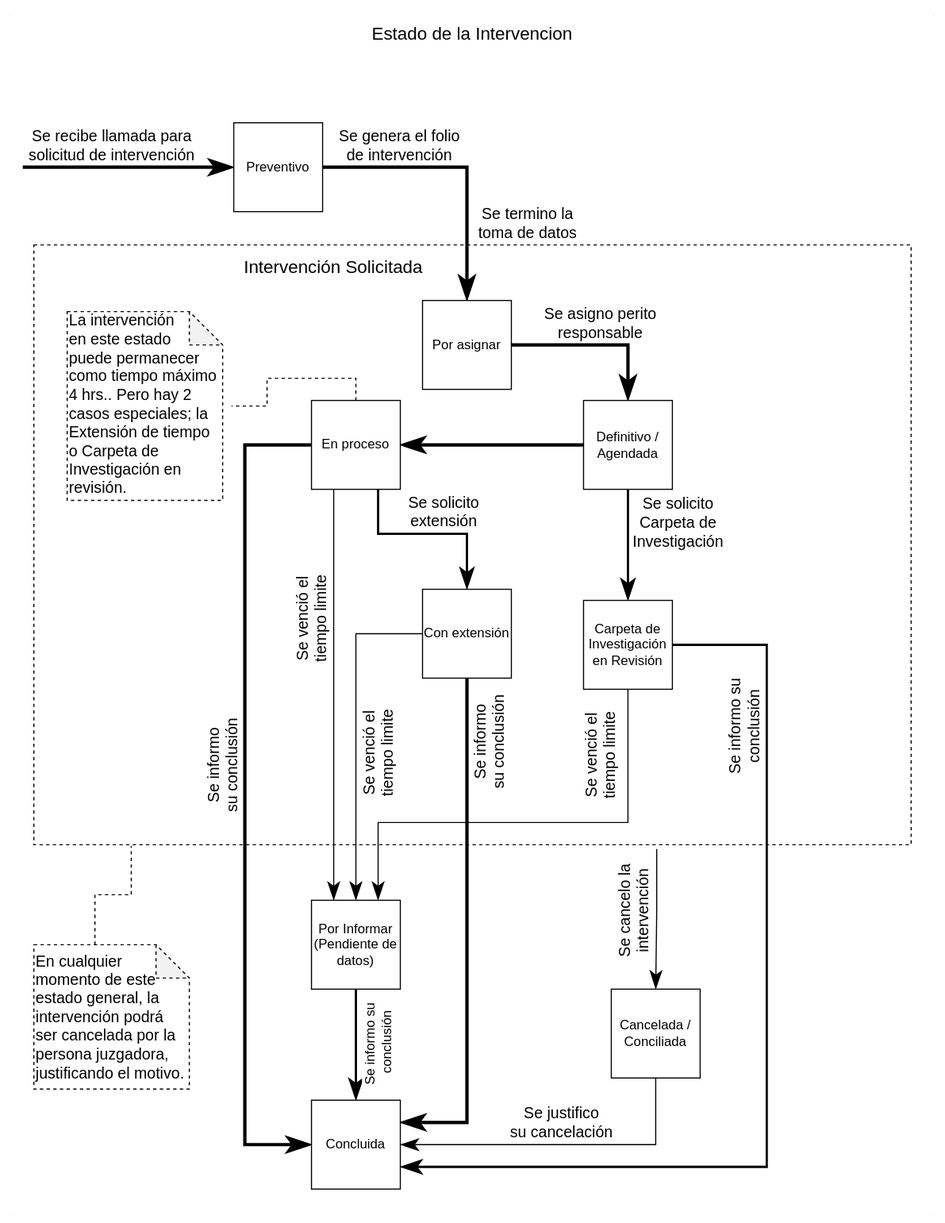
The draw.io diagram diagramas/EstadosIntervencion.svg in CMXCSP/SiCoIn-documentation, before a commit. Source tidied: cells renumbered, new cells last; positions are measured from the earlier drawing's top-left corner, leaving out a move shared by most shapes. Source of this version:
```xml
<mxGraphModel background="#ffffff">
  <root>
    <mxCell id="0" />
    <mxCell id="1" parent="0" />
    <mxCell id="2" value="Se cancelo la &lt;br&gt;intervención" style="edgeStyle=orthogonalEdgeStyle;rounded=0;jettySize=auto;html=1;fontSize=14;fontColor=#000000;endArrow=classicThin;endFill=1;startSize=14;endSize=14;sourcePerimeterSpacing=8;targetPerimeterSpacing=8;strokeColor=#000000;strokeWidth=1;entryX=0.5;entryY=0;entryDx=0;entryDy=0;exitX=0.71;exitY=1.007;exitDx=0;exitDy=0;exitPerimeter=0;horizontal=0;" parent="1" edge="1" source="3" target="37">
      <mxGeometry x="-0.1" y="-20" relative="1" as="geometry" />
    </mxCell>
    <mxCell id="3" style="rounded=0;whiteSpace=wrap;html=1;hachureGap=4;fontSize=14;fontColor=#000000;fillColor=none;dashed=1;strokeWidth=1;perimeterSpacing=0;glass=1;" parent="1" vertex="1">
      <mxGeometry x="30" y="220" width="790" height="540" as="geometry" />
    </mxCell>
    <mxCell id="4" value="." style="text;html=1;strokeColor=none;fillColor=none;align=center;verticalAlign=middle;whiteSpace=wrap;rounded=0;hachureGap=4;fontColor=#EBEBEB;" parent="1" vertex="1">
      <mxGeometry x="830" width="20" height="20" as="geometry" />
    </mxCell>
    <mxCell id="5" value="." style="text;html=1;strokeColor=none;fillColor=none;align=center;verticalAlign=middle;whiteSpace=wrap;rounded=0;hachureGap=4;fontColor=#EBEBEB;" parent="1" vertex="1">
      <mxGeometry width="20" height="20" as="geometry" />
    </mxCell>
    <mxCell id="6" value="." style="text;html=1;strokeColor=none;fillColor=none;align=center;verticalAlign=middle;whiteSpace=wrap;rounded=0;hachureGap=4;fontColor=#EBEBEB;" parent="1" vertex="1">
      <mxGeometry x="830" y="1080" width="20" height="20" as="geometry" />
    </mxCell>
    <mxCell id="7" value="." style="text;html=1;strokeColor=none;fillColor=none;align=center;verticalAlign=middle;whiteSpace=wrap;rounded=0;hachureGap=4;fontColor=#EBEBEB;" parent="1" vertex="1">
      <mxGeometry y="1080" width="20" height="20" as="geometry" />
    </mxCell>
    <mxCell id="8" value="Estado de la Intervencion" style="text;html=1;strokeColor=none;fillColor=none;align=center;verticalAlign=middle;whiteSpace=wrap;rounded=0;fontSize=16;" parent="1" vertex="1">
      <mxGeometry x="225" y="20" width="400" height="20" as="geometry" />
    </mxCell>
    <mxCell id="9" value="Se recibe llamada para &lt;br&gt;solicitud de intervención" style="edgeStyle=none;curved=1;rounded=0;jettySize=auto;html=1;fontColor=#000000;endArrow=classicThin;startSize=14;endSize=14;sourcePerimeterSpacing=8;targetPerimeterSpacing=8;endFill=1;strokeWidth=3;strokeColor=#000000;entryX=0;entryY=0.5;entryDx=0;entryDy=0;fontSize=14;" parent="1" edge="1" target="11">
      <mxGeometry x="-0.16" y="20" relative="1" as="geometry">
        <mxPoint x="20" y="150" as="sourcePoint" />
      </mxGeometry>
    </mxCell>
    <mxCell id="10" value="Se genera el folio &lt;br&gt;de intervención" style="edgeStyle=orthogonalEdgeStyle;rounded=0;jettySize=auto;html=1;fontSize=14;fontColor=#000000;endArrow=classicThin;endFill=1;startSize=14;endSize=14;sourcePerimeterSpacing=8;targetPerimeterSpacing=8;strokeColor=#000000;strokeWidth=3;elbow=vertical;entryX=0.5;entryY=0;entryDx=0;entryDy=0;exitX=1;exitY=0.5;exitDx=0;exitDy=0;" parent="1" edge="1" source="11" target="13">
      <mxGeometry x="-0.45" y="20" relative="1" as="geometry" />
    </mxCell>
    <mxCell id="11" value="Preventivo" style="whiteSpace=wrap;html=1;hachureGap=4;fontColor=#000000;" parent="1" vertex="1">
      <mxGeometry x="210" y="110" width="80" height="80" as="geometry" />
    </mxCell>
    <mxCell id="12" value="Se asigno perito &lt;br&gt;responsable" style="edgeStyle=orthogonalEdgeStyle;rounded=0;jettySize=auto;html=1;fontSize=14;fontColor=#000000;endArrow=classicThin;endFill=1;startSize=14;endSize=14;sourcePerimeterSpacing=8;targetPerimeterSpacing=8;strokeColor=#000000;strokeWidth=3;entryX=0.5;entryY=0;entryDx=0;entryDy=0;exitX=1;exitY=0.5;exitDx=0;exitDy=0;" parent="1" edge="1" source="13" target="18">
      <mxGeometry x="0.04" y="20" relative="1" as="geometry" />
    </mxCell>
    <mxCell id="13" value="Por asignar" style="whiteSpace=wrap;html=1;hachureGap=4;fontColor=#000000;" parent="1" vertex="1">
      <mxGeometry x="380" y="270" width="80" height="80" as="geometry" />
    </mxCell>
    <mxCell id="14" value="Se termino la toma de datos" style="text;html=1;strokeColor=none;fillColor=none;align=center;verticalAlign=middle;whiteSpace=wrap;rounded=0;glass=1;dashed=1;hachureGap=4;fontSize=14;fontColor=#000000;" parent="1" vertex="1">
      <mxGeometry x="425" y="190" width="100" height="20" as="geometry" />
    </mxCell>
    <mxCell id="15" value="Intervención Solicitada" style="text;html=1;strokeColor=none;fillColor=none;align=center;verticalAlign=middle;whiteSpace=wrap;rounded=0;glass=1;dashed=1;hachureGap=4;fontSize=16;fontColor=#000000;" parent="1" vertex="1">
      <mxGeometry x="200" y="230" width="200" height="20" as="geometry" />
    </mxCell>
    <mxCell id="16" style="edgeStyle=orthogonalEdgeStyle;rounded=0;jettySize=auto;html=1;fontSize=14;fontColor=#000000;endArrow=classicThin;endFill=1;startSize=14;endSize=14;sourcePerimeterSpacing=8;targetPerimeterSpacing=8;strokeColor=#000000;strokeWidth=3;entryX=1;entryY=0.5;entryDx=0;entryDy=0;exitX=0;exitY=0.5;exitDx=0;exitDy=0;" parent="1" edge="1" source="18" target="23">
      <mxGeometry relative="1" as="geometry" />
    </mxCell>
    <mxCell id="17" value="Se solicito &lt;br&gt;Carpeta de &lt;br&gt;Investigación" style="edgeStyle=orthogonalEdgeStyle;rounded=0;jettySize=auto;html=1;fontSize=14;fontColor=#000000;endArrow=classicThin;endFill=1;startSize=14;endSize=14;sourcePerimeterSpacing=8;targetPerimeterSpacing=8;strokeColor=#000000;strokeWidth=2;entryX=0.5;entryY=0;entryDx=0;entryDy=0;exitX=0.5;exitY=1;exitDx=0;exitDy=0;" parent="1" edge="1" source="18" target="26">
      <mxGeometry x="-0.41" y="45" relative="1" as="geometry" />
    </mxCell>
    <mxCell id="18" value="Definitivo /&lt;br&gt;Agendada" style="whiteSpace=wrap;html=1;hachureGap=4;fontColor=#000000;" parent="1" vertex="1">
      <mxGeometry x="525" y="360" width="80" height="80" as="geometry" />
    </mxCell>
    <mxCell id="19" value="Se solicito &lt;br&gt;extensión" style="edgeStyle=orthogonalEdgeStyle;rounded=0;jettySize=auto;html=1;fontSize=14;fontColor=#000000;endArrow=classicThin;endFill=1;startSize=14;endSize=14;sourcePerimeterSpacing=8;targetPerimeterSpacing=8;strokeColor=#000000;strokeWidth=2;exitX=0.75;exitY=1;exitDx=0;exitDy=0;entryX=0.5;entryY=0;entryDx=0;entryDy=0;" parent="1" edge="1" source="23" target="29">
      <mxGeometry x="0.16" y="20" relative="1" as="geometry" />
    </mxCell>
    <mxCell id="20" style="edgeStyle=orthogonalEdgeStyle;rounded=0;jettySize=auto;html=1;fontSize=14;fontColor=#000000;endArrow=none;endFill=0;startSize=14;endSize=14;sourcePerimeterSpacing=8;targetPerimeterSpacing=8;strokeColor=#000000;strokeWidth=1;exitX=0.5;exitY=0;exitDx=0;exitDy=0;dashed=1;" parent="1" edge="1" source="23" target="30">
      <mxGeometry relative="1" as="geometry" />
    </mxCell>
    <mxCell id="21" value="Se venció el &lt;br&gt;tiempo limite" style="edgeStyle=orthogonalEdgeStyle;rounded=0;jettySize=auto;html=1;fontSize=14;fontColor=#000000;endArrow=classicThin;endFill=1;startSize=14;endSize=14;sourcePerimeterSpacing=8;targetPerimeterSpacing=8;strokeColor=#000000;strokeWidth=1;horizontal=0;entryX=0.25;entryY=0;entryDx=0;entryDy=0;exitX=0.25;exitY=1;exitDx=0;exitDy=0;" parent="1" edge="1" source="23" target="32">
      <mxGeometry x="-0.37" y="-20" relative="1" as="geometry" />
    </mxCell>
    <mxCell id="22" value="Se informo &lt;br&gt;su conclusión" style="edgeStyle=orthogonalEdgeStyle;rounded=0;jettySize=auto;html=1;entryX=0;entryY=0.5;entryDx=0;entryDy=0;fontSize=14;fontColor=#000000;endArrow=classicThin;endFill=1;startSize=14;endSize=14;sourcePerimeterSpacing=8;targetPerimeterSpacing=8;strokeColor=#000000;strokeWidth=3;exitX=0;exitY=0.5;exitDx=0;exitDy=0;horizontal=0;" parent="1" edge="1" source="23" target="33">
      <mxGeometry x="-0.07" y="-20" relative="1" as="geometry">
        <Array as="points">
          <mxPoint x="220" y="400" />
          <mxPoint x="220" y="1030" />
        </Array>
      </mxGeometry>
    </mxCell>
    <mxCell id="23" value="En proceso" style="whiteSpace=wrap;html=1;hachureGap=4;fontColor=#000000;" parent="1" vertex="1">
      <mxGeometry x="280" y="360" width="80" height="80" as="geometry" />
    </mxCell>
    <mxCell id="24" value="Se venció el &lt;br&gt;tiempo limite" style="edgeStyle=orthogonalEdgeStyle;rounded=0;jettySize=auto;html=1;entryX=0.75;entryY=0;entryDx=0;entryDy=0;fontSize=14;fontColor=#000000;endArrow=classicThin;endFill=1;startSize=14;endSize=14;sourcePerimeterSpacing=8;targetPerimeterSpacing=8;strokeColor=#000000;strokeWidth=1;exitX=0.5;exitY=1;exitDx=0;exitDy=0;horizontal=0;" parent="1" edge="1" source="26" target="32">
      <mxGeometry x="-0.71" y="-25" relative="1" as="geometry">
        <Array as="points">
          <mxPoint x="565" y="740" />
          <mxPoint x="340" y="740" />
        </Array>
      </mxGeometry>
    </mxCell>
    <mxCell id="25" value="Se informo su &lt;br&gt;conclusión" style="edgeStyle=orthogonalEdgeStyle;rounded=0;jettySize=auto;html=1;entryX=1;entryY=0.75;entryDx=0;entryDy=0;fontSize=14;fontColor=#000000;endArrow=classicThin;endFill=1;startSize=14;endSize=14;sourcePerimeterSpacing=8;targetPerimeterSpacing=8;strokeColor=#000000;strokeWidth=2;exitX=1;exitY=0.5;exitDx=0;exitDy=0;horizontal=0;" parent="1" edge="1" source="26" target="33">
      <mxGeometry x="-0.64" y="-20" relative="1" as="geometry">
        <Array as="points">
          <mxPoint x="690" y="580" />
          <mxPoint x="690" y="1050" />
        </Array>
      </mxGeometry>
    </mxCell>
    <mxCell id="26" value="Carpeta de Investigación en Revisión" style="whiteSpace=wrap;html=1;hachureGap=4;fontColor=#000000;" parent="1" vertex="1">
      <mxGeometry x="525" y="540" width="80" height="80" as="geometry" />
    </mxCell>
    <mxCell id="27" value="Se venció el&lt;br&gt;tiempo limite" style="edgeStyle=orthogonalEdgeStyle;rounded=0;jettySize=auto;html=1;entryX=0.5;entryY=0;entryDx=0;entryDy=0;fontSize=14;fontColor=#000000;endArrow=classicThin;endFill=1;startSize=14;endSize=14;sourcePerimeterSpacing=8;targetPerimeterSpacing=8;strokeColor=#000000;strokeWidth=1;horizontal=0;exitX=0;exitY=0.5;exitDx=0;exitDy=0;" parent="1" edge="1" source="29" target="32">
      <mxGeometry x="0.12" y="20" relative="1" as="geometry" />
    </mxCell>
    <mxCell id="28" value="Se informo &lt;br&gt;su conclusión" style="edgeStyle=orthogonalEdgeStyle;rounded=0;jettySize=auto;html=1;entryX=1;entryY=0.25;entryDx=0;entryDy=0;fontSize=14;fontColor=#000000;endArrow=classicThin;endFill=1;startSize=14;endSize=14;sourcePerimeterSpacing=8;targetPerimeterSpacing=8;strokeColor=#000000;strokeWidth=3;horizontal=0;exitX=0.5;exitY=1;exitDx=0;exitDy=0;" parent="1" edge="1" source="29" target="33">
      <mxGeometry x="-0.75" y="20" relative="1" as="geometry">
        <Array as="points">
          <mxPoint x="420" y="1010" />
        </Array>
      </mxGeometry>
    </mxCell>
    <mxCell id="29" value="Con extensión" style="whiteSpace=wrap;html=1;hachureGap=4;fontColor=#000000;" parent="1" vertex="1">
      <mxGeometry x="380" y="530" width="80" height="80" as="geometry" />
    </mxCell>
    <mxCell id="30" value="La intervención &lt;br&gt;en este estado &lt;br&gt;puede permanecer como tiempo máximo 4 hrs.. Pero hay 2 casos especiales; la Extensión de tiempo o Carpeta de&amp;nbsp; Investigación en revisión." style="shape=note;whiteSpace=wrap;html=1;backgroundOutline=1;darkOpacity=0.05;glass=1;dashed=1;hachureGap=4;fontSize=14;fontColor=#000000;strokeWidth=1;fillColor=none;verticalAlign=bottom;align=left;" parent="1" vertex="1">
      <mxGeometry x="60" y="280" width="140" height="170" as="geometry" />
    </mxCell>
    <mxCell id="31" value="Se informo su&lt;br&gt;&amp;nbsp;conclusión" style="edgeStyle=orthogonalEdgeStyle;rounded=0;jettySize=auto;html=1;fontSize=12;fontColor=#000000;endArrow=classicThin;endFill=1;startSize=14;endSize=14;sourcePerimeterSpacing=8;targetPerimeterSpacing=8;strokeColor=#000000;strokeWidth=2;exitX=0.5;exitY=1;exitDx=0;exitDy=0;entryX=0.5;entryY=0;entryDx=0;entryDy=0;horizontal=0;" parent="1" edge="1" source="32" target="33">
      <mxGeometry y="20" relative="1" as="geometry" />
    </mxCell>
    <mxCell id="32" value="Por Informar&lt;br&gt;(Pendiente de datos)" style="whiteSpace=wrap;html=1;hachureGap=4;fontColor=#000000;" parent="1" vertex="1">
      <mxGeometry x="280" y="810" width="80" height="80" as="geometry" />
    </mxCell>
    <mxCell id="33" value="Concluida" style="whiteSpace=wrap;html=1;hachureGap=4;fontColor=#000000;" parent="1" vertex="1">
      <mxGeometry x="280" y="990" width="80" height="80" as="geometry" />
    </mxCell>
    <mxCell id="34" style="edgeStyle=orthogonalEdgeStyle;rounded=0;jettySize=auto;html=1;entryX=0.111;entryY=1.002;entryDx=0;entryDy=0;entryPerimeter=0;fontSize=14;fontColor=#000000;endArrow=none;endFill=0;startSize=14;endSize=14;sourcePerimeterSpacing=8;targetPerimeterSpacing=8;strokeColor=#000000;strokeWidth=1;exitX=0;exitY=0;exitDx=55;exitDy=0;exitPerimeter=0;dashed=1;" parent="1" edge="1" source="35" target="3">
      <mxGeometry relative="1" as="geometry" />
    </mxCell>
    <mxCell id="35" value="En cualquier momento de este estado general, la intervención podrá ser cancelada por la persona juzgadora, justificando el motivo." style="shape=note;whiteSpace=wrap;html=1;backgroundOutline=1;darkOpacity=0.05;glass=1;dashed=1;hachureGap=4;fontSize=14;fontColor=#000000;strokeWidth=1;fillColor=none;verticalAlign=middle;align=left;" parent="1" vertex="1">
      <mxGeometry x="30" y="850" width="140" height="130" as="geometry" />
    </mxCell>
    <mxCell id="36" value="Se justifico &lt;br&gt;su cancelación" style="edgeStyle=orthogonalEdgeStyle;rounded=0;jettySize=auto;html=1;entryX=1;entryY=0.5;entryDx=0;entryDy=0;fontSize=14;fontColor=#000000;endArrow=classicThin;endFill=1;startSize=14;endSize=14;sourcePerimeterSpacing=8;targetPerimeterSpacing=8;strokeColor=#000000;strokeWidth=1;exitX=0.5;exitY=1;exitDx=0;exitDy=0;" parent="1" edge="1" source="37" target="33">
      <mxGeometry y="-20" relative="1" as="geometry" />
    </mxCell>
    <mxCell id="37" value="Cancelada /&lt;br&gt;Conciliada" style="whiteSpace=wrap;html=1;hachureGap=4;fontColor=#000000;" parent="1" vertex="1">
      <mxGeometry x="550" y="890" width="80" height="80" as="geometry" />
    </mxCell>
  </root>
</mxGraphModel>
```
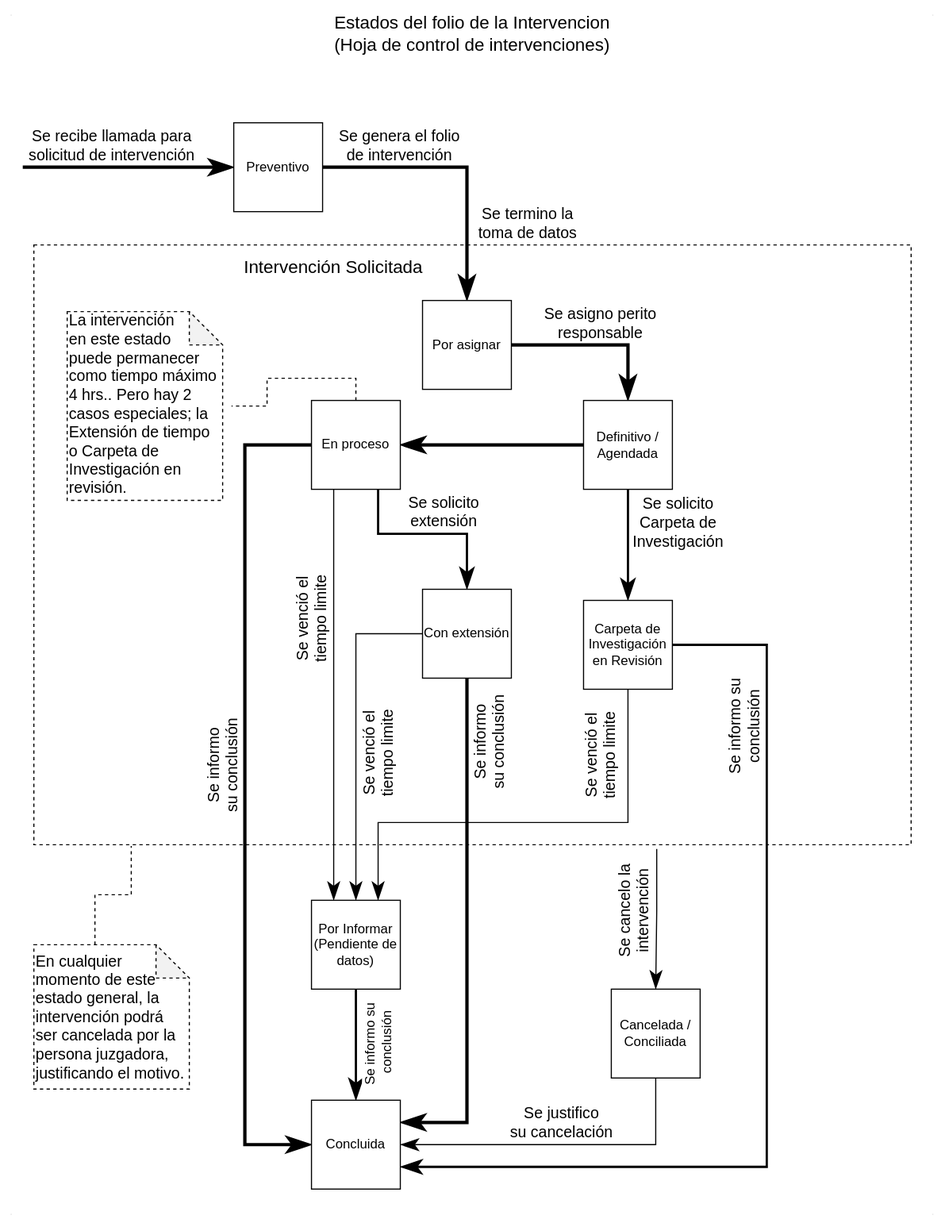
After the change.

Commit message:
Estado de la intervención y de la hoja de control

The edit, as a diff of the source:
```diff
@@ -20,7 +20,7 @@
     <mxCell id="7" value="." style="text;html=1;strokeColor=none;fillColor=none;align=center;verticalAlign=middle;whiteSpace=wrap;rounded=0;hachureGap=4;fontColor=#EBEBEB;" parent="1" vertex="1">
       <mxGeometry y="1080" width="20" height="20" as="geometry" />
     </mxCell>
-    <mxCell id="8" value="Estado de la Intervencion" style="text;html=1;strokeColor=none;fillColor=none;align=center;verticalAlign=middle;whiteSpace=wrap;rounded=0;fontSize=16;" parent="1" vertex="1">
+    <mxCell id="8" value="Estados del folio de la Intervencion&lt;br&gt;(Hoja de control de intervenciones)" style="text;html=1;strokeColor=none;fillColor=none;align=center;verticalAlign=middle;whiteSpace=wrap;rounded=0;fontSize=16;" parent="1" vertex="1">
       <mxGeometry x="225" y="20" width="400" height="20" as="geometry" />
     </mxCell>
     <mxCell id="9" value="Se recibe llamada para &lt;br&gt;solicitud de intervención" style="edgeStyle=none;curved=1;rounded=0;jettySize=auto;html=1;fontColor=#000000;endArrow=classicThin;startSize=14;endSize=14;sourcePerimeterSpacing=8;targetPerimeterSpacing=8;endFill=1;strokeWidth=3;strokeColor=#000000;entryX=0;entryY=0.5;entryDx=0;entryDy=0;fontSize=14;" parent="1" edge="1" target="11">
```
